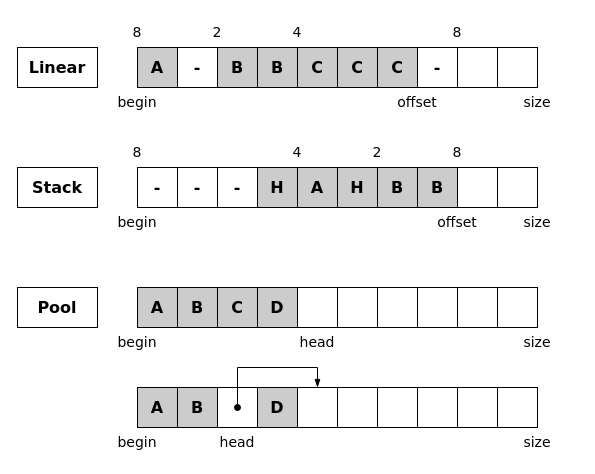
Above: projects/examples/source/section_10/custom_allocators.drawio in i-s-m-mipt/Education (draw.io), before the change. Source tidied: cells renumbered, new cells numbered last; positions are measured from the earlier drawing's top-left corner, leaving out a move shared by most shapes. Both pictures are drawn from the tidied source at 100%, with x=0, y=0 at pixel (17, 17).
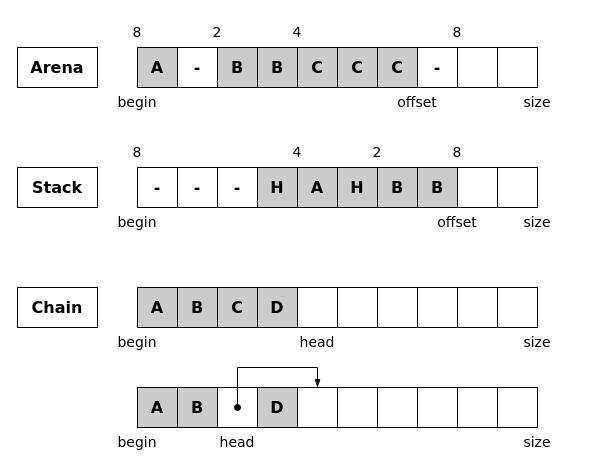
The same diagram, later.

Commit message (it also covers changes not shown here):
Обновлена схема custom_allocators.

The edit, as a diff of the source:
```diff
@@
-    <mxCell id="18" value="&lt;font style=&quot;font-size: 16px;&quot; face=&quot;Verdana&quot;&gt;&lt;b&gt;Linear&lt;/b&gt;&lt;/font&gt;" style="text;html=1;strokeColor=default;fillColor=none;align=center;verticalAlign=middle;whiteSpace=wrap;rounded=0;" parent="1" vertex="1">
+    <mxCell id="18" value="&lt;font style=&quot;font-size: 16px;&quot; face=&quot;Verdana&quot;&gt;&lt;b&gt;Arena&lt;/b&gt;&lt;/font&gt;" style="text;html=1;strokeColor=default;fillColor=none;align=center;verticalAlign=middle;whiteSpace=wrap;rounded=0;" parent="1" vertex="1">
       <mxGeometry y="30" width="80" height="40" as="geometry" />
     </mxCell>
@@
-    <mxCell id="38" value="&lt;font style=&quot;font-size: 16px;&quot; face=&quot;Verdana&quot;&gt;&lt;b&gt;Pool&lt;/b&gt;&lt;/font&gt;" style="text;html=1;strokeColor=default;fillColor=none;align=center;verticalAlign=middle;whiteSpace=wrap;rounded=0;" parent="1" vertex="1">
+    <mxCell id="38" value="&lt;font style=&quot;font-size: 16px;&quot; face=&quot;Verdana&quot;&gt;&lt;b&gt;Chain&lt;/b&gt;&lt;/font&gt;" style="text;html=1;strokeColor=default;fillColor=none;align=center;verticalAlign=middle;whiteSpace=wrap;rounded=0;" parent="1" vertex="1">
       <mxGeometry y="270" width="80" height="40" as="geometry" />
     </mxCell>
```
